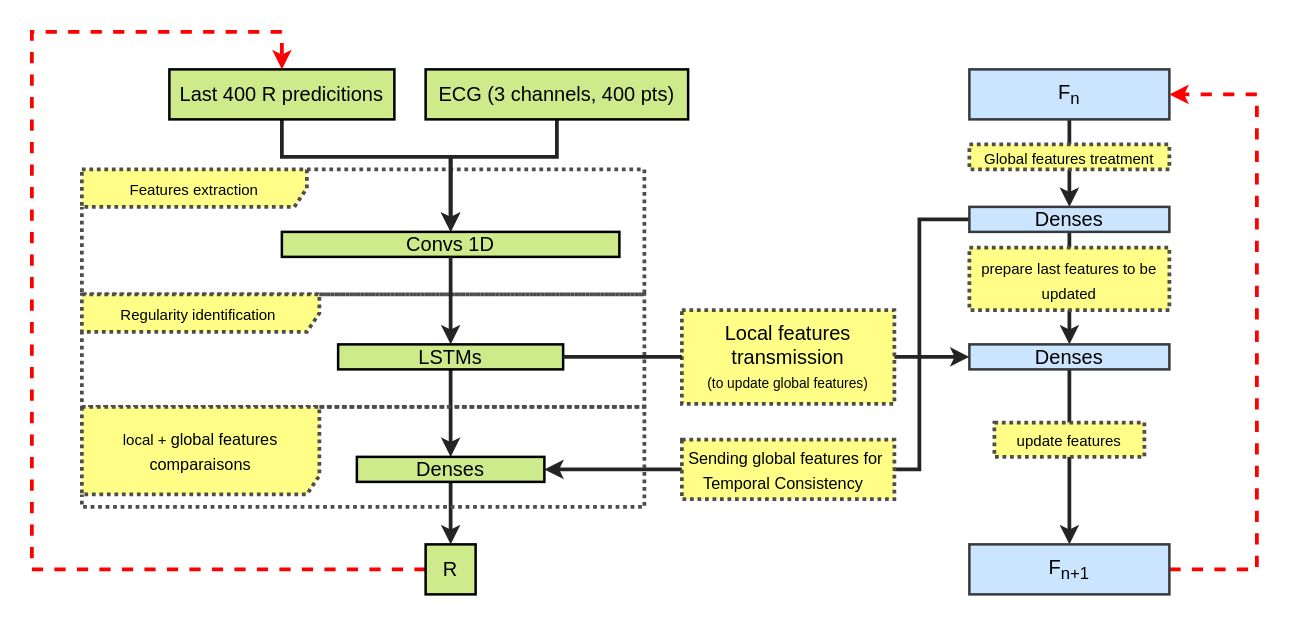
Earlier version of the draw.io diagram page "V-3" (3 of 4) of Model.drawio (melpiro/Chess). Source tidied: cells renumbered, new cells numbered last; positions are measured from the earlier drawing's top-left corner, leaving out a move shared by most shapes. Both pictures are drawn from the tidied source at 125%, with x=0, y=0 at pixel (31, 31).
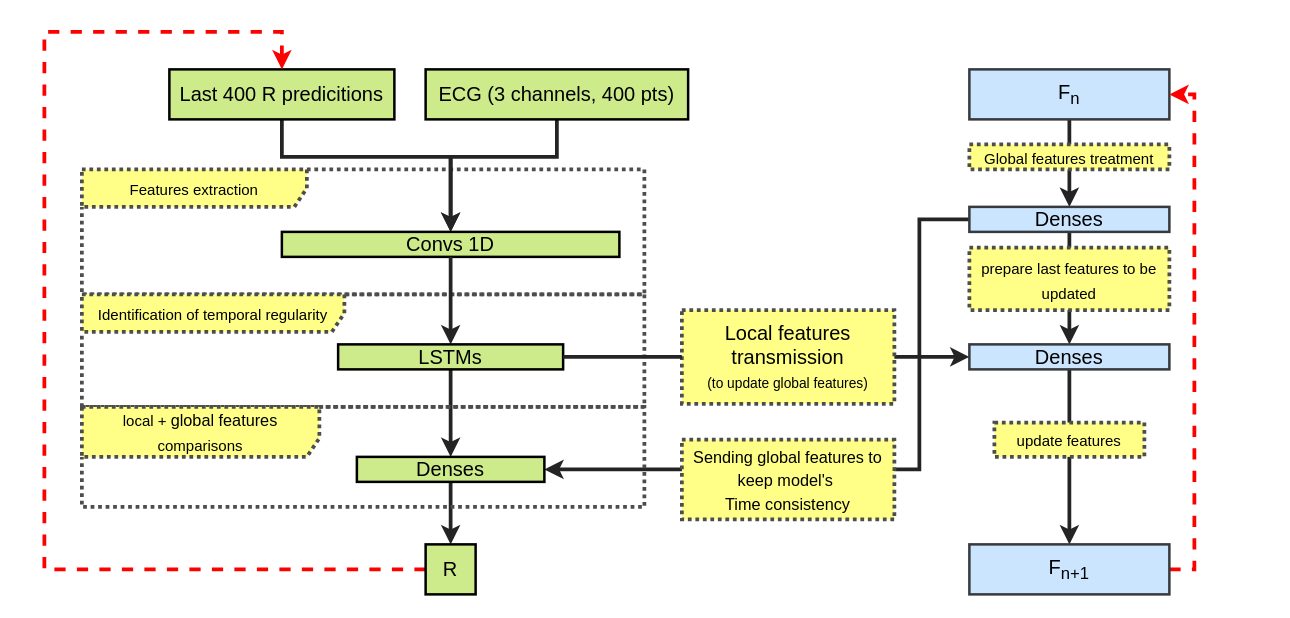
The same diagram, later.

The change refers to these unchanged cells:
```xml
<mxCell id="7" value="Last 400 R predicitions" style="rounded=0;whiteSpace=wrap;html=1;fillColor=#cdeb8b;fontSize=16;fontColor=#000000;strokeColor=#000000;strokeWidth=2;" parent="1" vertex="1">
  <mxGeometry x="110" y="30" width="180" height="40" as="geometry" />
</mxCell>
<mxCell id="11" value="&lt;font color=&quot;#000000&quot;&gt;F&lt;sub&gt;n&lt;/sub&gt;&lt;/font&gt;" style="rounded=0;whiteSpace=wrap;html=1;fillColor=#cce5ff;strokeColor=#36393d;fontSize=16;strokeWidth=2;" parent="1" vertex="1">
  <mxGeometry x="750" y="30" width="160" height="40" as="geometry" />
</mxCell>
<mxCell id="18" value="&lt;font color=&quot;#000000&quot;&gt;F&lt;sub&gt;n+1&lt;/sub&gt;&lt;/font&gt;" style="rounded=0;whiteSpace=wrap;html=1;fillColor=#cce5ff;strokeColor=#36393d;fontSize=16;strokeWidth=2;" parent="1" vertex="1">
  <mxGeometry x="750" y="410" width="160" height="40" as="geometry" />
</mxCell>
<mxCell id="25" value="R" style="rounded=0;whiteSpace=wrap;html=1;fillColor=#cdeb8b;strokeColor=#000000;fontColor=#000000;fontSize=16;strokeWidth=2;" parent="1" vertex="1">
  <mxGeometry x="315" y="410" width="40" height="40" as="geometry" />
</mxCell>
```

The edit, as a diff of the source:
```diff
@@
-    <mxCell id="3" value="&lt;font style=&quot;font-size: 12px&quot;&gt;Regularity identification&amp;nbsp;&lt;/font&gt;" style="shape=umlFrame;whiteSpace=wrap;html=1;fontSize=16;strokeWidth=3;fillColor=#ffff88;fontColor=#000000;strokeColor=#4D4D4D;dashed=1;width=190;height=30;dashPattern=1 1;" parent="1" vertex="1">
+    <mxCell id="3" value="&lt;span style=&quot;font-size: 12px&quot;&gt;Identification of temporal regularity&lt;/span&gt;" style="shape=umlFrame;whiteSpace=wrap;html=1;fontSize=16;strokeWidth=3;fillColor=#ffff88;fontColor=#000000;strokeColor=#4D4D4D;dashed=1;width=210;height=30;dashPattern=1 1;" parent="1" vertex="1">
       <mxGeometry x="40" y="210" width="450" height="90" as="geometry" />
     </mxCell>
@@
     <mxCell id="17" style="edgeStyle=orthogonalEdgeStyle;rounded=0;jettySize=auto;html=1;exitX=1;exitY=0.5;exitDx=0;exitDy=0;entryX=1;entryY=0.5;entryDx=0;entryDy=0;fontSize=16;fontColor=#000000;strokeWidth=3;dashed=1;strokeColor=#FF0000;" parent="1" edge="1" source="18" target="11">
       <mxGeometry relative="1" as="geometry">
         <Array as="points">
-          <mxPoint x="980" y="430" />
-          <mxPoint x="980" y="50" />
+          <mxPoint x="930" y="430" />
+          <mxPoint x="930" y="50" />
         </Array>
       </mxGeometry>
     </mxCell>
@@
     <mxCell id="24" style="edgeStyle=orthogonalEdgeStyle;rounded=0;jettySize=auto;html=1;exitX=0;exitY=0.5;exitDx=0;exitDy=0;entryX=0.5;entryY=0;entryDx=0;entryDy=0;dashed=1;fontSize=16;fontColor=#000000;strokeWidth=3;strokeColor=#FF0000;" parent="1" edge="1" source="25" target="7">
       <mxGeometry relative="1" as="geometry">
         <Array as="points">
-          <mxPoint y="430" />
-          <mxPoint />
+          <mxPoint x="10" y="430" />
+          <mxPoint x="10" />
           <mxPoint x="200" />
         </Array>
       </mxGeometry>
     </mxCell>
@@
-    <mxCell id="26" value="&lt;span style=&quot;font-size: 12px&quot;&gt;local&amp;nbsp;+&amp;nbsp;&lt;/span&gt;&lt;span style=&quot;font-size: 13px&quot;&gt;global features &lt;br&gt;comparaisons&lt;/span&gt;&lt;span style=&quot;font-size: 12px&quot;&gt;&lt;br&gt;&lt;/span&gt;" style="shape=umlFrame;whiteSpace=wrap;html=1;fontSize=16;strokeWidth=3;fillColor=#ffff88;fontColor=#000000;dashed=1;width=190;height=70;dashPattern=1 1;strokeColor=#4D4D4D;" parent="1" vertex="1">
+    <mxCell id="26" value="&lt;span style=&quot;font-size: 12px&quot;&gt;local&amp;nbsp;+&amp;nbsp;&lt;/span&gt;&lt;span style=&quot;font-size: 13px&quot;&gt;global features &lt;br&gt;&lt;/span&gt;&lt;span style=&quot;font-size: 12px&quot;&gt;comparisons&lt;/span&gt;&lt;span style=&quot;font-size: 12px&quot;&gt;&lt;br&gt;&lt;/span&gt;" style="shape=umlFrame;whiteSpace=wrap;html=1;fontSize=16;strokeWidth=3;fillColor=#ffff88;fontColor=#000000;dashed=1;width=190;height=40;dashPattern=1 1;strokeColor=#4D4D4D;" parent="1" vertex="1">
       <mxGeometry x="40" y="300" width="450" height="80" as="geometry" />
     </mxCell>
-    <mxCell id="27" value="&lt;font style=&quot;font-size: 13px&quot;&gt;Sending global features for&amp;nbsp;&lt;br&gt;Temporal Consistency&amp;nbsp;&amp;nbsp;&lt;/font&gt;" style="whiteSpace=wrap;html=1;dashed=1;dashPattern=1 1;fontSize=16;fontColor=#000000;strokeColor=#4D4D4D;strokeWidth=3;fillColor=#ffff88;" parent="1" vertex="1">
-      <mxGeometry x="520" y="326.2" width="170" height="47.5" as="geometry" />
+    <mxCell id="27" value="&lt;div&gt;&lt;span style=&quot;font-size: 13px&quot;&gt;Sending global features to keep model's&amp;nbsp;&lt;/span&gt;&lt;/div&gt;&lt;div&gt;&lt;span style=&quot;font-size: 13px&quot;&gt;Time consistency&lt;/span&gt;&lt;/div&gt;" style="whiteSpace=wrap;html=1;dashed=1;dashPattern=1 1;fontSize=16;fontColor=#000000;strokeColor=#4D4D4D;strokeWidth=3;fillColor=#ffff88;" parent="1" vertex="1">
+      <mxGeometry x="520" y="326.2" width="170" height="63.8" as="geometry" />
     </mxCell>
```
